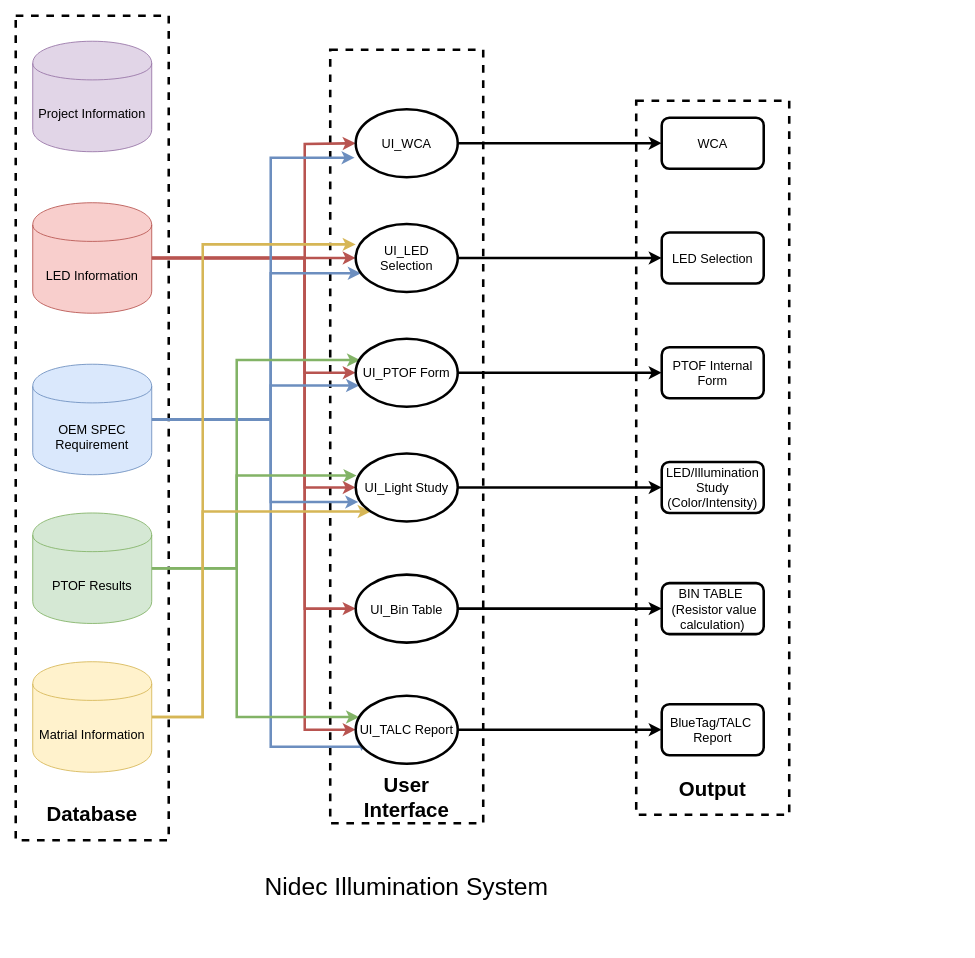
yinxingyi/DRAW.IO keeps this draw.io diagram as Illumination Software strcuture.drawio. Above is the earlier version. Source tidied: cells renumbered, new cells numbered last; positions are measured from the earlier drawing's top-left corner, leaving out a move shared by most shapes. Both pictures are drawn from the tidied source at 85%, with x=0, y=0 at pixel (15, 15).
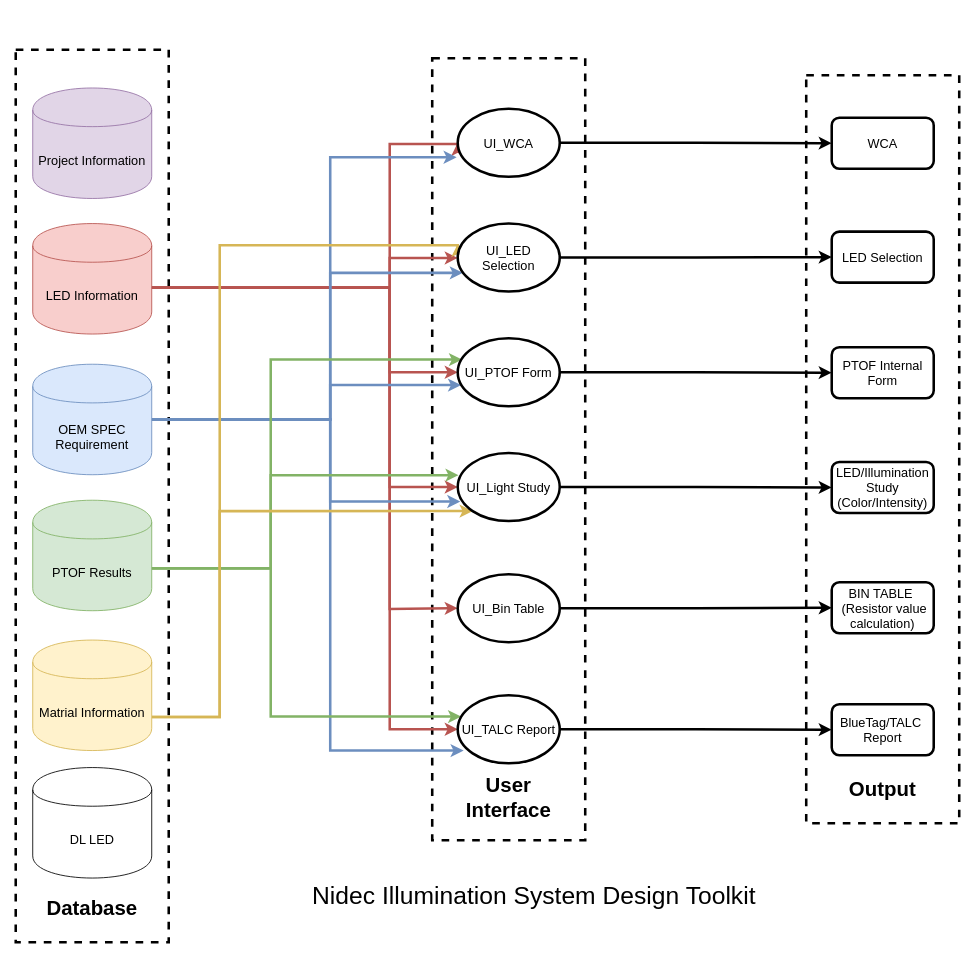
After the change.

Unchanged cells that the change refers to:
```xml
<mxCell id="17" value="OEM SPEC Requirement" style="shape=cylinder;whiteSpace=wrap;html=1;boundedLbl=1;backgroundOutline=1;fillColor=#dae8fc;strokeColor=#6c8ebf;fontSize=15;" parent="1" vertex="1">
  <mxGeometry x="20" y="410" width="140" height="130" as="geometry" />
</mxCell>
```

Change to the diagram source:
```diff
@@
     <mxCell id="2" style="rounded=0;whiteSpace=wrap;html=1;strokeWidth=3;fillColor=none;dashed=1;" parent="1" vertex="1">
-      <mxGeometry x="730" y="100" width="180" height="840" as="geometry" />
+      <mxGeometry x="930" y="70" width="180" height="880" as="geometry" />
     </mxCell>
     <mxCell id="3" style="rounded=0;whiteSpace=wrap;html=1;strokeWidth=3;fillColor=none;dashed=1;" parent="1" vertex="1">
-      <mxGeometry x="370" y="40" width="180" height="910" as="geometry" />
+      <mxGeometry x="490" y="50" width="180" height="920" as="geometry" />
     </mxCell>
     <mxCell id="4" style="rounded=0;whiteSpace=wrap;html=1;strokeWidth=3;fillColor=none;dashed=1;" parent="1" vertex="1">
-      <mxGeometry width="180" height="970" as="geometry" />
+      <mxGeometry y="40" width="180" height="1050" as="geometry" />
     </mxCell>
     <mxCell id="5" style="edgeStyle=orthogonalEdgeStyle;rounded=0;jettySize=auto;html=1;strokeWidth=3;fillColor=#f8cecc;strokeColor=#b85450;" parent="1" edge="1" source="11" target="31">
       <mxGeometry relative="1" as="geometry">
         <Array as="points">
-          <mxPoint x="180" y="285" />
-          <mxPoint x="180" y="285" />
+          <mxPoint x="440" y="320" />
+          <mxPoint x="440" y="285" />
         </Array>
       </mxGeometry>
     </mxCell>
     <mxCell id="6" style="edgeStyle=orthogonalEdgeStyle;rounded=0;jettySize=auto;html=1;entryX=0;entryY=0.5;entryDx=0;entryDy=0;strokeWidth=3;fillColor=#f8cecc;strokeColor=#b85450;" parent="1" edge="1" source="11" target="33">
       <mxGeometry relative="1" as="geometry">
         <Array as="points">
-          <mxPoint x="340" y="285" />
-          <mxPoint x="340" y="420" />
+          <mxPoint x="440" y="320" />
+          <mxPoint x="440" y="420" />
         </Array>
       </mxGeometry>
     </mxCell>
     <mxCell id="7" style="edgeStyle=orthogonalEdgeStyle;rounded=0;jettySize=auto;html=1;entryX=0;entryY=0.5;entryDx=0;entryDy=0;strokeWidth=3;fillColor=#f8cecc;strokeColor=#b85450;" parent="1" edge="1" source="11" target="35">
       <mxGeometry relative="1" as="geometry">
         <Array as="points">
-          <mxPoint x="340" y="285" />
-          <mxPoint x="340" y="555" />
+          <mxPoint x="440" y="320" />
+          <mxPoint x="440" y="555" />
         </Array>
       </mxGeometry>
     </mxCell>
     <mxCell id="8" style="edgeStyle=orthogonalEdgeStyle;rounded=0;jettySize=auto;html=1;entryX=0;entryY=0.5;entryDx=0;entryDy=0;fillColor=#f8cecc;strokeColor=#b85450;strokeWidth=3;" parent="1" edge="1" source="11" target="37">
       <mxGeometry relative="1" as="geometry">
         <Array as="points">
-          <mxPoint x="340" y="285" />
-          <mxPoint x="340" y="698" />
+          <mxPoint x="440" y="320" />
+          <mxPoint x="440" y="698" />
         </Array>
       </mxGeometry>
     </mxCell>
     <mxCell id="9" style="edgeStyle=orthogonalEdgeStyle;rounded=0;jettySize=auto;html=1;entryX=0;entryY=0.5;entryDx=0;entryDy=0;strokeWidth=3;fillColor=#f8cecc;strokeColor=#b85450;" parent="1" edge="1" source="11" target="39">
       <mxGeometry relative="1" as="geometry">
         <Array as="points">
-          <mxPoint x="340" y="285" />
-          <mxPoint x="340" y="840" />
+          <mxPoint x="440" y="320" />
+          <mxPoint x="440" y="840" />
         </Array>
       </mxGeometry>
     </mxCell>
     <mxCell id="10" style="edgeStyle=orthogonalEdgeStyle;rounded=0;jettySize=auto;html=1;entryX=0;entryY=0.5;entryDx=0;entryDy=0;strokeWidth=3;fillColor=#f8cecc;strokeColor=#b85450;" parent="1" edge="1" source="11" target="43">
       <mxGeometry relative="1" as="geometry">
         <Array as="points">
-          <mxPoint x="340" y="285" />
-          <mxPoint x="340" y="151" />
+          <mxPoint x="440" y="320" />
+          <mxPoint x="440" y="151" />
         </Array>
       </mxGeometry>
     </mxCell>
     <mxCell id="11" value="LED Information" style="shape=cylinder;whiteSpace=wrap;html=1;boundedLbl=1;backgroundOutline=1;fillColor=#f8cecc;strokeColor=#b85450;fontSize=15;" parent="1" vertex="1">
-      <mxGeometry x="20" y="220" width="140" height="130" as="geometry" />
+      <mxGeometry x="20" y="244.5" width="140" height="130" as="geometry" />
     </mxCell>
     <mxCell id="12" style="edgeStyle=orthogonalEdgeStyle;rounded=0;jettySize=auto;html=1;entryX=0.05;entryY=0.725;entryDx=0;entryDy=0;entryPerimeter=0;fillColor=#dae8fc;strokeColor=#6c8ebf;strokeWidth=3;" parent="1" edge="1" source="17" target="31">
       <mxGeometry relative="1" as="geometry">
         <Array as="points">
-          <mxPoint x="300" y="475" />
-          <mxPoint x="300" y="303" />
+          <mxPoint x="370" y="475" />
+          <mxPoint x="370" y="302" />
         </Array>
       </mxGeometry>
     </mxCell>
     <mxCell id="13" style="edgeStyle=orthogonalEdgeStyle;rounded=0;jettySize=auto;html=1;entryX=0.033;entryY=0.688;entryDx=0;entryDy=0;entryPerimeter=0;fillColor=#dae8fc;strokeColor=#6c8ebf;strokeWidth=3;" parent="1" edge="1" source="17" target="33">
       <mxGeometry relative="1" as="geometry">
         <Array as="points">
-          <mxPoint x="300" y="475" />
-          <mxPoint x="300" y="435" />
+          <mxPoint x="370" y="475" />
+          <mxPoint x="370" y="435" />
         </Array>
       </mxGeometry>
     </mxCell>
     <mxCell id="14" style="edgeStyle=orthogonalEdgeStyle;rounded=0;jettySize=auto;html=1;entryX=0.025;entryY=0.713;entryDx=0;entryDy=0;entryPerimeter=0;fillColor=#dae8fc;strokeColor=#6c8ebf;strokeWidth=3;" parent="1" edge="1" source="17" target="35">
       <mxGeometry relative="1" as="geometry">
         <Array as="points">
-          <mxPoint x="300" y="475" />
-          <mxPoint x="300" y="572" />
+          <mxPoint x="370" y="475" />
+          <mxPoint x="370" y="572" />
         </Array>
       </mxGeometry>
     </mxCell>
     <mxCell id="15" style="edgeStyle=orthogonalEdgeStyle;rounded=0;jettySize=auto;html=1;entryX=0.058;entryY=0.813;entryDx=0;entryDy=0;entryPerimeter=0;fillColor=#dae8fc;strokeColor=#6c8ebf;strokeWidth=3;" parent="1" edge="1" source="17" target="39">
       <mxGeometry relative="1" as="geometry">
         <Array as="points">
-          <mxPoint x="300" y="475" />
-          <mxPoint x="300" y="860" />
-          <mxPoint x="407" y="860" />
+          <mxPoint x="370" y="475" />
+          <mxPoint x="370" y="864" />
         </Array>
       </mxGeometry>
     </mxCell>
     <mxCell id="16" style="edgeStyle=orthogonalEdgeStyle;rounded=0;jettySize=auto;html=1;entryX=-0.011;entryY=0.713;entryDx=0;entryDy=0;entryPerimeter=0;strokeWidth=3;fillColor=#dae8fc;strokeColor=#6c8ebf;" parent="1" edge="1" source="17" target="43">
       <mxGeometry relative="1" as="geometry">
         <Array as="points">
-          <mxPoint x="300" y="475" />
-          <mxPoint x="300" y="167" />
+          <mxPoint x="370" y="475" />
+          <mxPoint x="370" y="167" />
         </Array>
       </mxGeometry>
     </mxCell>
@@
     <mxCell id="18" style="edgeStyle=orthogonalEdgeStyle;rounded=0;jettySize=auto;html=1;entryX=0.042;entryY=0.313;entryDx=0;entryDy=0;entryPerimeter=0;strokeWidth=3;fillColor=#d5e8d4;strokeColor=#82b366;" parent="1" edge="1" source="21" target="33">
       <mxGeometry relative="1" as="geometry">
         <Array as="points">
-          <mxPoint x="260" y="650" />
-          <mxPoint x="260" y="405" />
+          <mxPoint x="300" y="650" />
+          <mxPoint x="300" y="405" />
         </Array>
       </mxGeometry>
     </mxCell>
     <mxCell id="19" style="edgeStyle=orthogonalEdgeStyle;rounded=0;jettySize=auto;html=1;entryX=0.008;entryY=0.325;entryDx=0;entryDy=0;entryPerimeter=0;strokeWidth=3;fillColor=#d5e8d4;strokeColor=#82b366;" parent="1" edge="1" source="21" target="35">
       <mxGeometry relative="1" as="geometry">
         <Array as="points">
-          <mxPoint x="260" y="650" />
-          <mxPoint x="260" y="541" />
+          <mxPoint x="300" y="650" />
+          <mxPoint x="300" y="541" />
         </Array>
       </mxGeometry>
     </mxCell>
     <mxCell id="20" style="edgeStyle=orthogonalEdgeStyle;rounded=0;jettySize=auto;html=1;entryX=0.033;entryY=0.313;entryDx=0;entryDy=0;entryPerimeter=0;strokeWidth=3;fillColor=#d5e8d4;strokeColor=#82b366;" parent="1" edge="1" source="21" target="39">
       <mxGeometry relative="1" as="geometry">
         <Array as="points">
-          <mxPoint x="260" y="650" />
-          <mxPoint x="260" y="825" />
+          <mxPoint x="300" y="650" />
+          <mxPoint x="300" y="825" />
         </Array>
       </mxGeometry>
     </mxCell>
     <mxCell id="21" value="PTOF Results" style="shape=cylinder;whiteSpace=wrap;html=1;boundedLbl=1;backgroundOutline=1;fillColor=#d5e8d4;strokeColor=#82b366;fontSize=15;" parent="1" vertex="1">
-      <mxGeometry x="20" y="585" width="140" height="130" as="geometry" />
+      <mxGeometry x="20" y="570" width="140" height="130" as="geometry" />
     </mxCell>
     <mxCell id="22" style="edgeStyle=orthogonalEdgeStyle;rounded=0;jettySize=auto;html=1;entryX=0;entryY=0.3;entryDx=0;entryDy=0;entryPerimeter=0;strokeWidth=3;fillColor=#fff2cc;strokeColor=#d6b656;" parent="1" edge="1" source="24" target="31">
       <mxGeometry relative="1" as="geometry">
         <Array as="points">
-          <mxPoint x="220" y="825" />
-          <mxPoint x="220" y="269" />
+          <mxPoint x="240" y="825" />
+          <mxPoint x="240" y="270" />
         </Array>
       </mxGeometry>
     </mxCell>
     <mxCell id="23" style="edgeStyle=orthogonalEdgeStyle;rounded=0;jettySize=auto;html=1;entryX=0;entryY=1;entryDx=0;entryDy=0;strokeWidth=3;fillColor=#fff2cc;strokeColor=#d6b656;" parent="1" edge="1" source="24" target="35">
       <mxGeometry relative="1" as="geometry">
         <Array as="points">
-          <mxPoint x="220" y="825" />
-          <mxPoint x="220" y="583" />
+          <mxPoint x="240" y="825" />
+          <mxPoint x="240" y="582" />
         </Array>
       </mxGeometry>
     </mxCell>
     <mxCell id="24" value="Matrial Information" style="shape=cylinder;whiteSpace=wrap;html=1;boundedLbl=1;backgroundOutline=1;fillColor=#fff2cc;strokeColor=#d6b656;fontSize=15;" parent="1" vertex="1">
-      <mxGeometry x="20" y="760" width="140" height="130" as="geometry" />
+      <mxGeometry x="20" y="734.5" width="140" height="130" as="geometry" />
     </mxCell>
     <mxCell id="25" value="BIN TABLE&amp;nbsp; &amp;nbsp;(Resistor value calculation)" style="rounded=1;whiteSpace=wrap;html=1;strokeWidth=3;fontSize=15;" parent="1" vertex="1">
-      <mxGeometry x="760" y="667.5" width="120" height="60" as="geometry" />
+      <mxGeometry x="960" y="666.5" width="120" height="60" as="geometry" />
     </mxCell>
     <mxCell id="26" value="BlueTag/TALC&amp;nbsp; Report" style="rounded=1;whiteSpace=wrap;html=1;strokeWidth=3;fontSize=15;" parent="1" vertex="1">
-      <mxGeometry x="760" y="810" width="120" height="60" as="geometry" />
+      <mxGeometry x="960" y="810" width="120" height="60" as="geometry" />
     </mxCell>
     <mxCell id="27" value="LED/Illumination Study (Color/Intensity)" style="rounded=1;whiteSpace=wrap;html=1;strokeWidth=3;fontSize=15;" parent="1" vertex="1">
-      <mxGeometry x="760" y="525" width="120" height="60" as="geometry" />
+      <mxGeometry x="960" y="525" width="120" height="60" as="geometry" />
     </mxCell>
     <mxCell id="28" value="PTOF Internal Form" style="rounded=1;whiteSpace=wrap;html=1;strokeWidth=3;fontSize=15;" parent="1" vertex="1">
-      <mxGeometry x="760" y="390" width="120" height="60" as="geometry" />
+      <mxGeometry x="960" y="390" width="120" height="60" as="geometry" />
     </mxCell>
     <mxCell id="29" value="LED Selection" style="rounded=1;whiteSpace=wrap;html=1;strokeWidth=3;fontSize=15;" parent="1" vertex="1">
-      <mxGeometry x="760" y="255" width="120" height="60" as="geometry" />
+      <mxGeometry x="960" y="254" width="120" height="60" as="geometry" />
     </mxCell>
@@
     <mxCell id="31" value="UI_LED Selection" style="ellipse;whiteSpace=wrap;html=1;strokeWidth=3;fontSize=15;" parent="1" vertex="1">
-      <mxGeometry x="400" y="245" width="120" height="80" as="geometry" />
+      <mxGeometry x="520" y="244.5" width="120" height="80" as="geometry" />
     </mxCell>
@@
     <mxCell id="33" value="&lt;span style=&quot;white-space: normal; font-size: 15px;&quot;&gt;UI_PTOF Form&lt;/span&gt;" style="ellipse;whiteSpace=wrap;html=1;strokeWidth=3;fontSize=15;" parent="1" vertex="1">
-      <mxGeometry x="400" y="380" width="120" height="80" as="geometry" />
+      <mxGeometry x="520" y="379.5" width="120" height="80" as="geometry" />
     </mxCell>
@@
     <mxCell id="35" value="&lt;span style=&quot;white-space: normal; font-size: 15px;&quot;&gt;UI_Light Study&lt;/span&gt;" style="ellipse;whiteSpace=wrap;html=1;strokeWidth=3;fontSize=15;" parent="1" vertex="1">
-      <mxGeometry x="400" y="515" width="120" height="80" as="geometry" />
+      <mxGeometry x="520" y="514.5" width="120" height="80" as="geometry" />
     </mxCell>
@@
     <mxCell id="37" value="&lt;span style=&quot;white-space: normal; font-size: 15px;&quot;&gt;UI_Bin Table&lt;/span&gt;" style="ellipse;whiteSpace=wrap;html=1;strokeWidth=3;fontSize=15;" parent="1" vertex="1">
-      <mxGeometry x="400" y="657.5" width="120" height="80" as="geometry" />
+      <mxGeometry x="520" y="657" width="120" height="80" as="geometry" />
     </mxCell>
@@
     <mxCell id="39" value="&lt;span style=&quot;white-space: normal; font-size: 15px;&quot;&gt;UI_TALC Report&lt;/span&gt;" style="ellipse;whiteSpace=wrap;html=1;strokeWidth=3;fontSize=15;" parent="1" vertex="1">
-      <mxGeometry x="400" y="800" width="120" height="80" as="geometry" />
+      <mxGeometry x="520" y="799.5" width="120" height="80" as="geometry" />
     </mxCell>
     <mxCell id="40" value="Project Information" style="shape=cylinder;whiteSpace=wrap;html=1;boundedLbl=1;backgroundOutline=1;fillColor=#e1d5e7;strokeColor=#9673a6;fontSize=15;" parent="1" vertex="1">
-      <mxGeometry x="20" y="30" width="140" height="130" as="geometry" />
+      <mxGeometry x="20" y="85" width="140" height="130" as="geometry" />
     </mxCell>
     <mxCell id="41" value="WCA" style="rounded=1;whiteSpace=wrap;html=1;strokeWidth=3;fontSize=15;" parent="1" vertex="1">
-      <mxGeometry x="760" y="120" width="120" height="60" as="geometry" />
+      <mxGeometry x="960" y="120" width="120" height="60" as="geometry" />
     </mxCell>
@@
     <mxCell id="43" value="UI_WCA" style="ellipse;whiteSpace=wrap;html=1;strokeWidth=3;fontSize=15;" parent="1" vertex="1">
-      <mxGeometry x="400" y="110" width="120" height="80" as="geometry" />
+      <mxGeometry x="520" y="109.5" width="120" height="80" as="geometry" />
     </mxCell>
     <mxCell id="44" value="&lt;font style=&quot;font-size: 24px;&quot;&gt;Database&lt;/font&gt;" style="text;html=1;strokeColor=none;fillColor=none;align=center;verticalAlign=middle;whiteSpace=wrap;rounded=0;dashed=1;fontStyle=1;fontSize=24;" parent="1" vertex="1">
-      <mxGeometry x="20" y="910" width="140" height="60" as="geometry" />
+      <mxGeometry x="20" y="1015" width="140" height="70" as="geometry" />
     </mxCell>
     <mxCell id="45" value="&lt;font style=&quot;font-size: 24px&quot;&gt;User Interface&lt;/font&gt;" style="text;html=1;strokeColor=none;fillColor=none;align=center;verticalAlign=middle;whiteSpace=wrap;rounded=0;dashed=1;fontStyle=1;fontSize=24;" parent="1" vertex="1">
-      <mxGeometry x="390" y="890" width="140" height="60" as="geometry" />
+      <mxGeometry x="510" y="889.5" width="140" height="60" as="geometry" />
     </mxCell>
     <mxCell id="46" value="&lt;font style=&quot;font-size: 24px&quot;&gt;Output&lt;/font&gt;" style="text;html=1;strokeColor=none;fillColor=none;align=center;verticalAlign=middle;whiteSpace=wrap;rounded=0;dashed=1;fontStyle=1;fontSize=24;" parent="1" vertex="1">
-      <mxGeometry x="750" y="880" width="140" height="60" as="geometry" />
+      <mxGeometry x="950" y="880" width="140" height="60" as="geometry" />
     </mxCell>
-    <mxCell id="47" value="&lt;font style=&quot;font-size: 29px&quot;&gt;Nidec Illumination System&lt;/font&gt;" style="text;html=1;strokeColor=none;fillColor=none;align=center;verticalAlign=middle;whiteSpace=wrap;rounded=0;dashed=1;fontSize=24;" parent="1" vertex="1">
-      <mxGeometry x="50" y="1000" width="820" height="50" as="geometry" />
+    <mxCell id="47" value="&lt;font style=&quot;font-size: 29px&quot;&gt;Nidec Illumination System Design Toolkit&lt;/font&gt;" style="text;html=1;strokeColor=none;fillColor=none;align=center;verticalAlign=middle;whiteSpace=wrap;rounded=0;dashed=1;fontSize=24;" parent="1" vertex="1">
+      <mxGeometry x="200" y="1010" width="820" height="50" as="geometry" />
     </mxCell>
+    <mxCell id="48" value="DL LED" style="shape=cylinder;whiteSpace=wrap;html=1;boundedLbl=1;backgroundOutline=1;fontSize=15;" parent="1" vertex="1">
+      <mxGeometry x="20" y="884.5" width="140" height="130" as="geometry" />
+    </mxCell>
```
